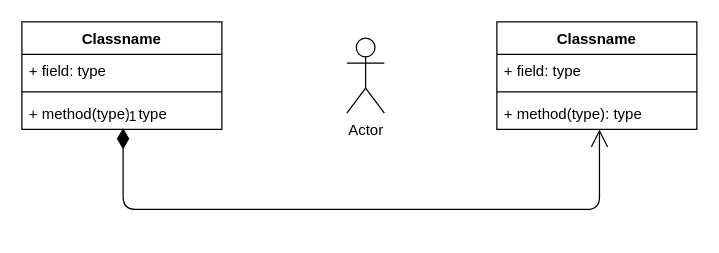
Before: drawIO/Untitled Diagram.drawio in poksiwakorn/testDrawIO, a draw.io diagram. Source tidied: cells renumbered, new cells numbered last; positions are measured from the earlier drawing's top-left corner, leaving out a move shared by most shapes. Both pictures are drawn from the tidied source at 125%, with x=0, y=0 at pixel (21, 21).
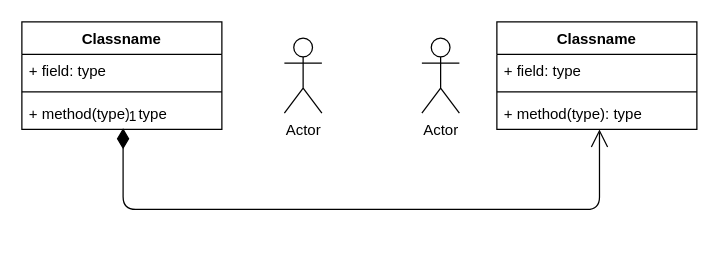
After the change.

Change to the diagram source:
```diff
@@
 <mxGraphModel>
   <root>
     <mxCell id="0" />
     <mxCell id="1" parent="0" />
     <mxCell id="2" value="Classname" style="swimlane;fontStyle=1;align=center;verticalAlign=top;horizontal=1;startSize=26;" parent="1" vertex="1">
       <mxGeometry width="160" height="86" as="geometry" />
     </mxCell>
     <mxCell id="3" value="+ field: type" style="text;strokeColor=none;fillColor=none;align=left;verticalAlign=top;spacingLeft=4;spacingRight=4;overflow=hidden;" parent="2" vertex="1">
       <mxGeometry y="26" width="160" height="26" as="geometry" />
     </mxCell>
     <mxCell id="4" style="line;strokeWidth=1;fillColor=none;align=left;verticalAlign=middle;spacingTop=-1;spacingLeft=3;spacingRight=3;labelPosition=right;" parent="2" vertex="1">
       <mxGeometry y="52" width="160" height="8" as="geometry" />
     </mxCell>
     <mxCell id="5" value="+ method(type): type" style="text;strokeColor=none;fillColor=none;align=left;verticalAlign=top;spacingLeft=4;spacingRight=4;overflow=hidden;points=[[0,0.5],[1,0.5]];portConstraint=eastwest;" parent="2" vertex="1">
       <mxGeometry y="60" width="160" height="26" as="geometry" />
     </mxCell>
     <mxCell id="6" value="Classname" style="swimlane;fontStyle=1;align=center;verticalAlign=top;horizontal=1;startSize=26;" parent="1" vertex="1">
       <mxGeometry x="380" width="160" height="86" as="geometry" />
     </mxCell>
     <mxCell id="7" value="+ field: type" style="text;strokeColor=none;fillColor=none;align=left;verticalAlign=top;spacingLeft=4;spacingRight=4;overflow=hidden;" parent="6" vertex="1">
       <mxGeometry y="26" width="160" height="26" as="geometry" />
     </mxCell>
     <mxCell id="8" style="line;strokeWidth=1;fillColor=none;align=left;verticalAlign=middle;spacingTop=-1;spacingLeft=3;spacingRight=3;labelPosition=right;" parent="6" vertex="1">
       <mxGeometry y="52" width="160" height="8" as="geometry" />
     </mxCell>
     <mxCell id="9" value="+ method(type): type" style="text;strokeColor=none;fillColor=none;align=left;verticalAlign=top;spacingLeft=4;spacingRight=4;overflow=hidden;points=[[0,0.5],[1,0.5]];portConstraint=eastwest;" parent="6" vertex="1">
       <mxGeometry y="60" width="160" height="26" as="geometry" />
     </mxCell>
     <mxCell id="10" value="1" style="endArrow=open;html=1;endSize=12;startArrow=diamondThin;startSize=14;startFill=1;edgeStyle=orthogonalEdgeStyle;align=left;verticalAlign=bottom;exitX=0.506;exitY=0.962;exitDx=0;exitDy=0;exitPerimeter=0;entryX=0.513;entryY=1;entryDx=0;entryDy=0;entryPerimeter=0;" parent="1" edge="1" source="5" target="9">
       <mxGeometry x="-1" y="3" relative="1" as="geometry">
         <Array as="points">
           <mxPoint x="81" y="150" />
           <mxPoint x="462" y="150" />
         </Array>
       </mxGeometry>
     </mxCell>
     <mxCell id="11" value="Actor" style="shape=umlActor;verticalLabelPosition=bottom;verticalAlign=top;html=1;" parent="1" vertex="1">
-      <mxGeometry x="260" y="13" width="30" height="60" as="geometry" />
+      <mxGeometry x="210" y="13" width="30" height="60" as="geometry" />
     </mxCell>
+    <mxCell id="12" value="Actor" style="shape=umlActor;verticalLabelPosition=bottom;verticalAlign=top;html=1;" parent="1" vertex="1">
+      <mxGeometry x="320" y="13" width="30" height="60" as="geometry" />
+    </mxCell>
   </root>
 </mxGraphModel>
```
